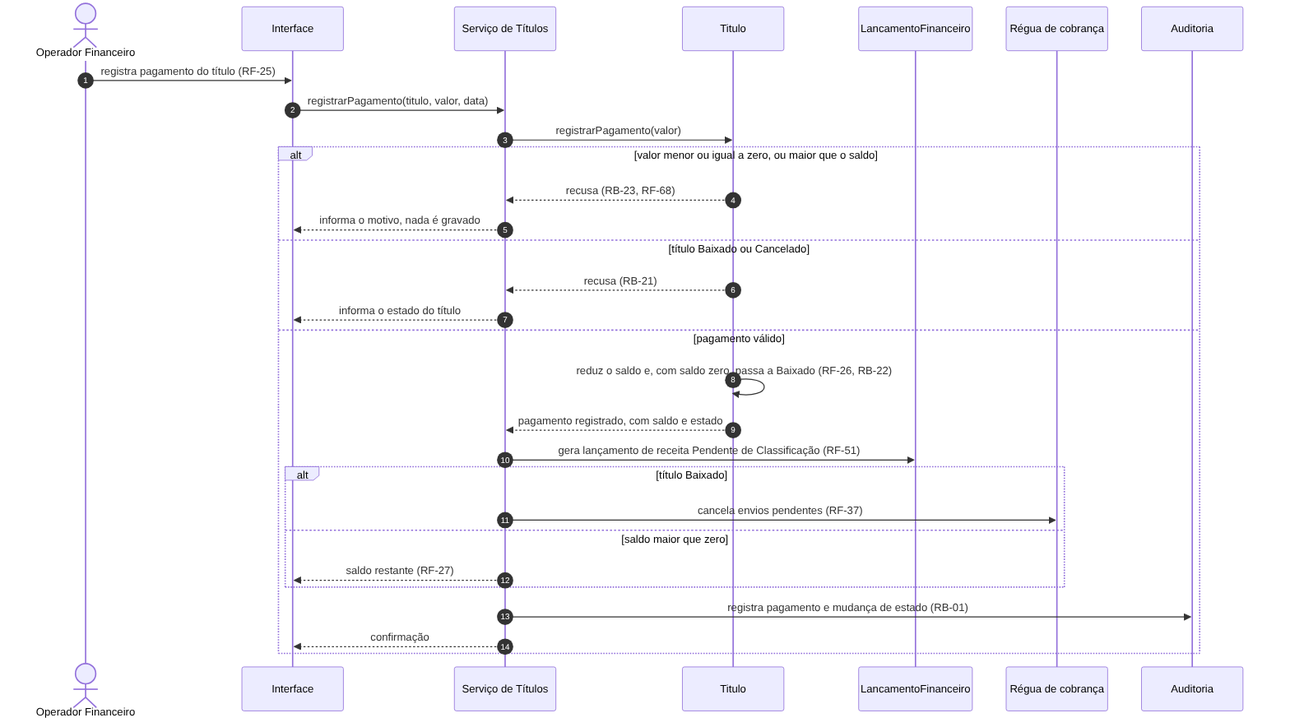
pedroguerra0603/Projeto_RemindMe keeps this Mermaid diagram as docs/uml/seq-UC-06.png. Above is the earlier version. Its source is kept beside it as docs/uml/seq-UC-06.mmd.
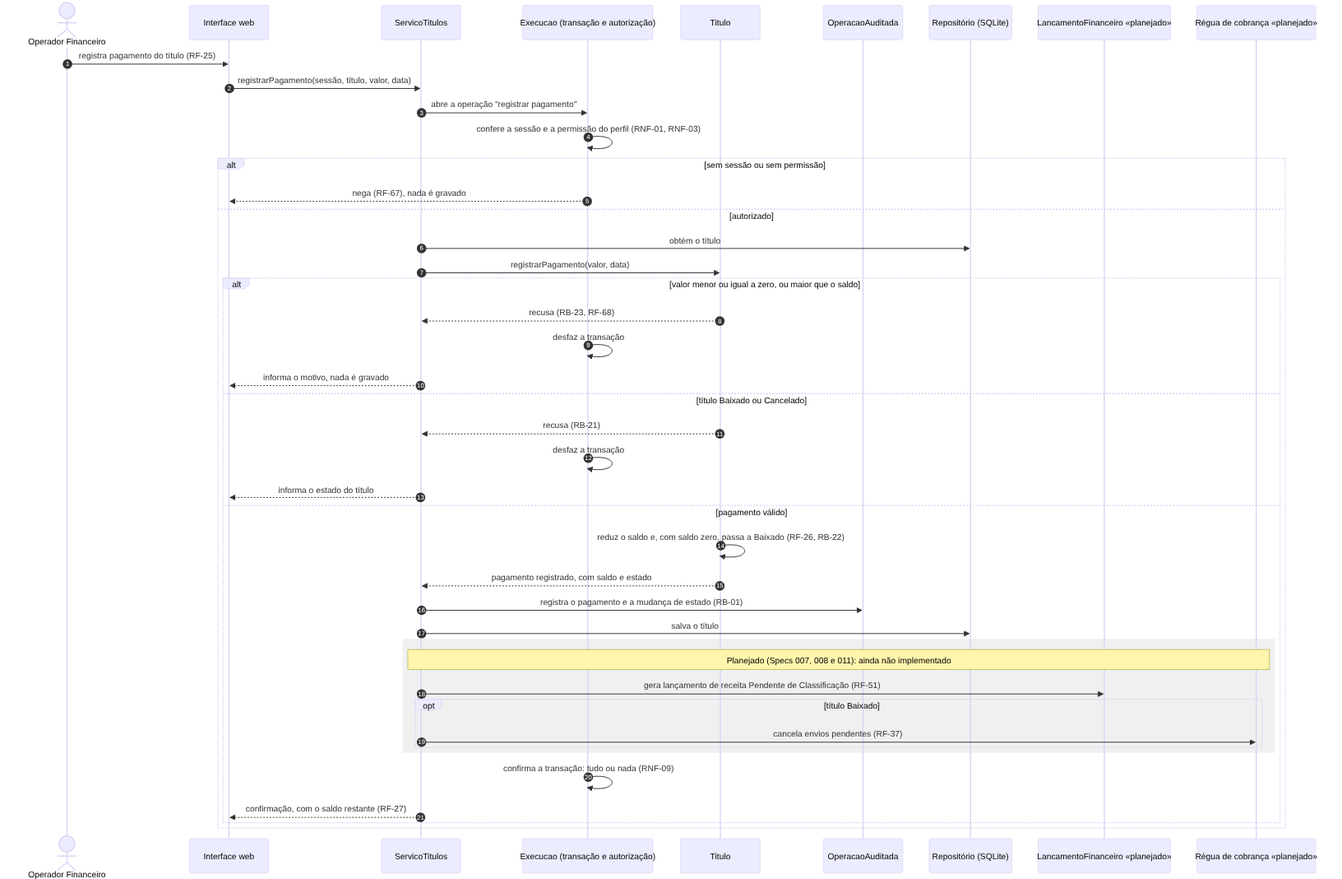
The same file after the commit.

The edit, as a diff of the source:
```diff
@@ -1,32 +1,45 @@
 sequenceDiagram
     autonumber
     actor Operador as Operador Financeiro
-    participant UI as Interface
-    participant App as Serviço de Títulos
+    participant UI as Interface web
+    participant App as ServicoTitulos
+    participant Exec as Execucao (transação e autorização)
     participant Tit as Titulo
-    participant Lanc as LancamentoFinanceiro
-    participant Regua as Régua de cobrança
-    participant Aud as Auditoria
+    participant Aud as OperacaoAuditada
+    participant Repo as Repositório (SQLite)
+    participant Lanc as LancamentoFinanceiro «planejado»
+    participant Regua as Régua de cobrança «planejado»
 
     Operador->>UI: registra pagamento do título (RF-25)
-    UI->>App: registrarPagamento(titulo, valor, data)
-    App->>Tit: registrarPagamento(valor)
-
-    alt valor menor ou igual a zero, ou maior que o saldo
-        Tit-->>App: recusa (RB-23, RF-68)
-        App-->>UI: informa o motivo, nada é gravado
-    else título Baixado ou Cancelado
-        Tit-->>App: recusa (RB-21)
-        App-->>UI: informa o estado do título
-    else pagamento válido
-        Tit->>Tit: reduz o saldo e, com saldo zero, passa a Baixado (RF-26, RB-22)
-        Tit-->>App: pagamento registrado, com saldo e estado
-        App->>Lanc: gera lançamento de receita Pendente de Classificação (RF-51)
-        alt título Baixado
-            App->>Regua: cancela envios pendentes (RF-37)
-        else saldo maior que zero
-            App-->>UI: saldo restante (RF-27)
+    UI->>App: registrarPagamento(sessão, título, valor, data)
+    App->>Exec: abre a operação "registrar pagamento"
+    Exec->>Exec: confere a sessão e a permissão do perfil (RNF-01, RNF-03)
+    alt sem sessão ou sem permissão
+        Exec-->>UI: nega (RF-67), nada é gravado
+    else autorizado
+        App->>Repo: obtém o título
+        App->>Tit: registrarPagamento(valor, data)
+        alt valor menor ou igual a zero, ou maior que o saldo
+            Tit-->>App: recusa (RB-23, RF-68)
+            Exec->>Exec: desfaz a transação
+            App-->>UI: informa o motivo, nada é gravado
+        else título Baixado ou Cancelado
+            Tit-->>App: recusa (RB-21)
+            Exec->>Exec: desfaz a transação
+            App-->>UI: informa o estado do título
+        else pagamento válido
+            Tit->>Tit: reduz o saldo e, com saldo zero, passa a Baixado (RF-26, RB-22)
+            Tit-->>App: pagamento registrado, com saldo e estado
+            App->>Aud: registra o pagamento e a mudança de estado (RB-01)
+            App->>Repo: salva o título
+            rect rgb(240, 240, 240)
+                Note over App,Regua: Planejado (Specs 007, 008 e 011): ainda não implementado
+                App->>Lanc: gera lançamento de receita Pendente de Classificação (RF-51)
+                opt título Baixado
+                    App->>Regua: cancela envios pendentes (RF-37)
+                end
+            end
+            Exec->>Exec: confirma a transação: tudo ou nada (RNF-09)
+            App-->>UI: confirmação, com o saldo restante (RF-27)
         end
-        App->>Aud: registra pagamento e mudança de estado (RB-01)
-        App-->>UI: confirmação
     end
```
